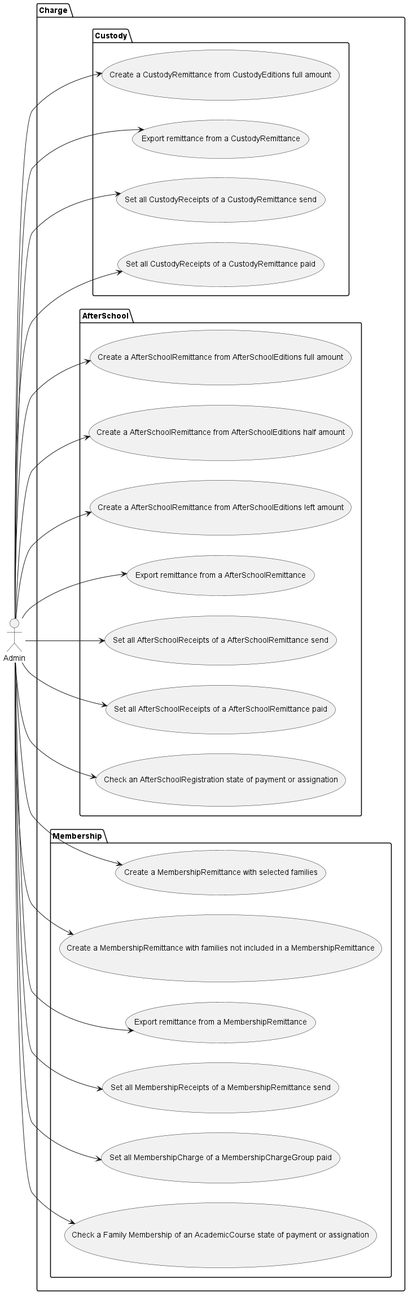
This is doc/UseCasesDiagram/Charge/Charge.png from IgnacioMaestro/ampa-manager, a PlantUML export, as it was before one commit.
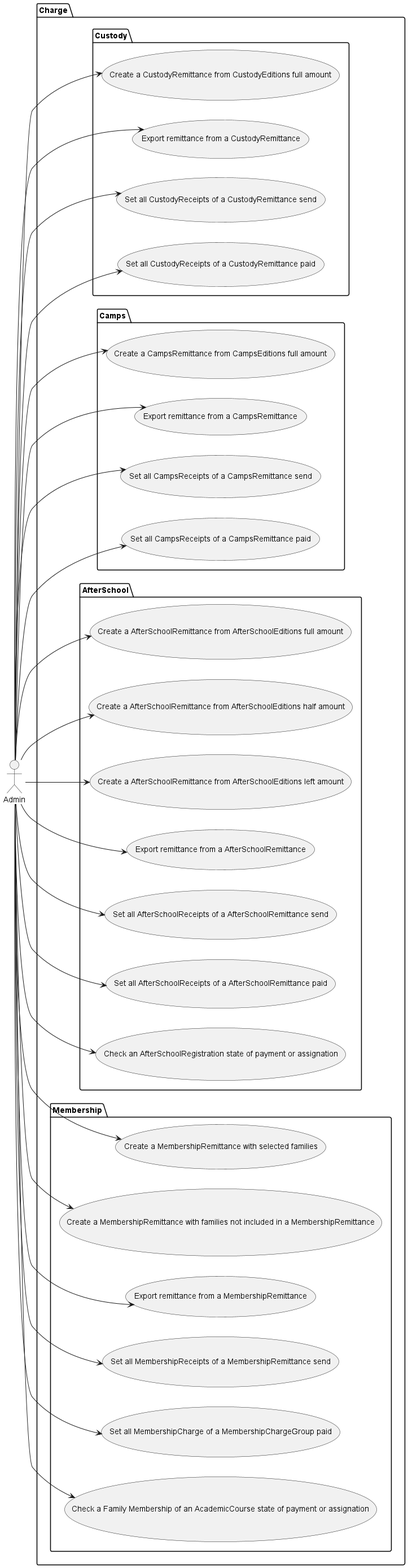
Above is the later version.

Commit message:
feat: update use cases for camps

Change to the diagram source:
```diff
@@ -7,6 +7,12 @@
       Admin --> (Export remittance from a CustodyRemittance)
       Admin --> (Set all CustodyReceipts of a CustodyRemittance send)
       Admin --> (Set all CustodyReceipts of a CustodyRemittance paid)
+    }
+    package Camps{
+      Admin --> (Create a CampsRemittance from CampsEditions full amount)
+      Admin --> (Export remittance from a CampsRemittance)
+      Admin --> (Set all CampsReceipts of a CampsRemittance send)
+      Admin --> (Set all CampsReceipts of a CampsRemittance paid)
     }
     package AfterSchool{
       Admin --> (Create a AfterSchoolRemittance from AfterSchoolEditions full amount)
```
